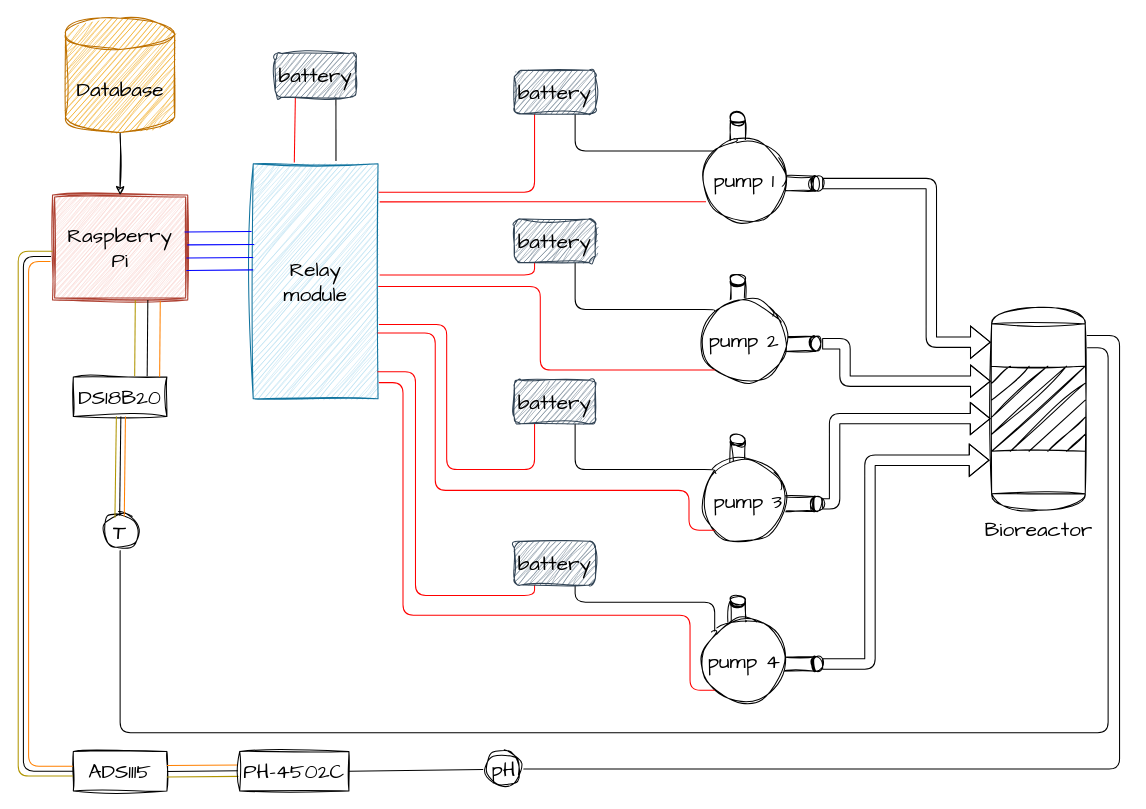
MelcherMate/Bioversee_Webapp keeps this draw.io diagram as blueprints/prototype1.drawio. Above is the earlier version. Source tidied: cells renumbered, new cells numbered last; positions are measured from the earlier drawing's top-left corner, leaving out a move shared by most shapes. Both pictures are drawn from the tidied source at 104%, with x=0, y=0 at pixel (18, 18).
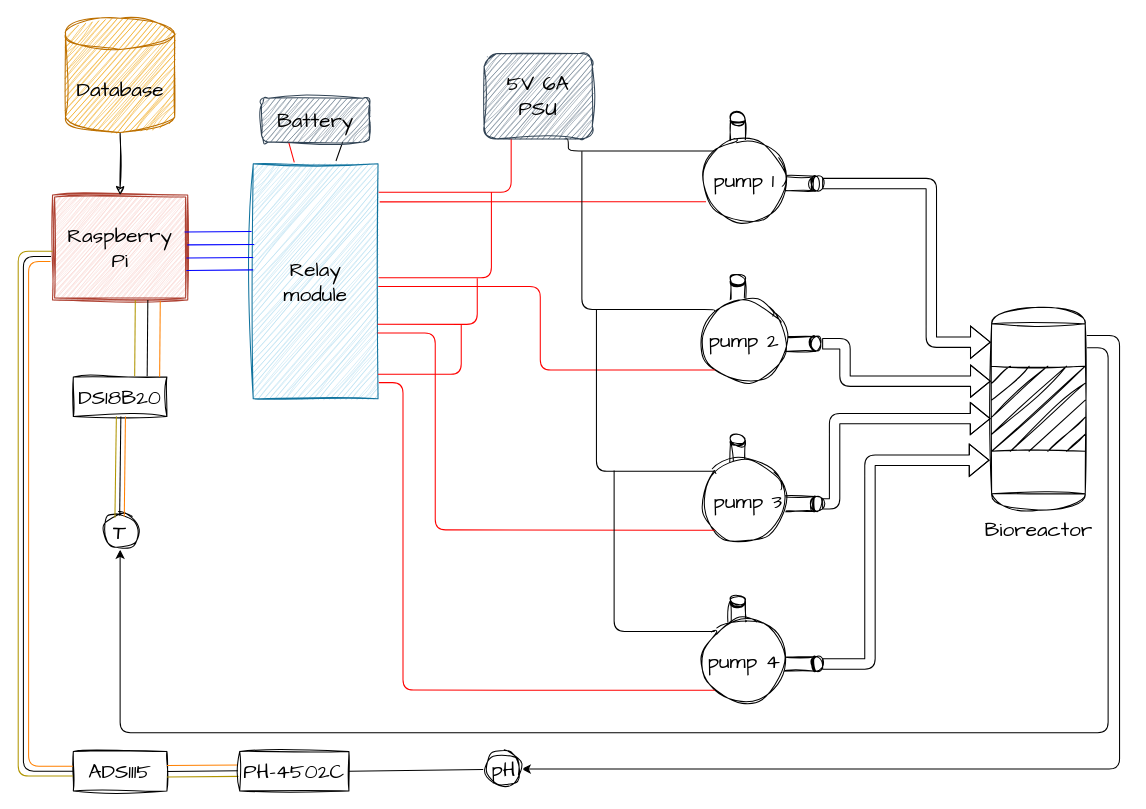
Above is the later version.

The change refers to these unchanged cells:
```xml
<mxCell id="6" value="pump 1" style="ellipse;whiteSpace=wrap;html=1;sketch=1;hachureGap=4;jiggle=2;curveFitting=1;strokeColor=#000000;fontFamily=Architects Daughter;fontSize=20;fontColor=#000000;fillColor=#FFFFFF;gradientColor=none;" parent="3" vertex="1">
  <mxGeometry y="24" width="80" height="80" as="geometry" />
</mxCell>
<mxCell id="10" value="pump 4" style="ellipse;whiteSpace=wrap;html=1;sketch=1;hachureGap=4;jiggle=2;curveFitting=1;strokeColor=#000000;fontFamily=Architects Daughter;fontSize=20;fontColor=#000000;fillColor=#FFFFFF;gradientColor=none;" parent="7" vertex="1">
  <mxGeometry y="24" width="80" height="80" as="geometry" />
</mxCell>
<mxCell id="15" value="&amp;nbsp;pump 3" style="ellipse;whiteSpace=wrap;html=1;sketch=1;hachureGap=4;jiggle=2;curveFitting=1;strokeColor=#000000;fontFamily=Architects Daughter;fontSize=20;fontColor=#000000;fillColor=#FFFFFF;gradientColor=none;" parent="11" vertex="1">
  <mxGeometry y="24" width="80" height="80" as="geometry" />
</mxCell>
<mxCell id="19" value="pump 2" style="ellipse;whiteSpace=wrap;html=1;sketch=1;hachureGap=4;jiggle=2;curveFitting=1;strokeColor=#000000;fontFamily=Architects Daughter;fontSize=20;fontColor=#000000;fillColor=#FFFFFF;gradientColor=none;" parent="16" vertex="1">
  <mxGeometry y="24" width="80" height="80" as="geometry" />
</mxCell>
<mxCell id="21" value="Bioreactor" style="shape=mxgraph.pid.vessels.reactor;html=1;align=center;verticalLabelPosition=bottom;verticalAlign=top;dashed=0;hachureGap=4;strokeColor=#000000;fontFamily=Architects Daughter;fontSize=20;fontColor=#000000;fillColor=#FFFFFF;rounded=0;sketch=1;curveFitting=1;jiggle=2;gradientColor=none;" parent="1" vertex="1">
  <mxGeometry x="936" y="278" width="90" height="195" as="geometry" />
</mxCell>
<mxCell id="24" value="&lt;font color=&quot;#000000&quot;&gt;Relay module&lt;/font&gt;" style="rounded=0;whiteSpace=wrap;html=1;sketch=1;hachureGap=4;jiggle=2;curveFitting=1;fontFamily=Architects Daughter;fontSize=20;fillColor=#b1ddf0;strokeColor=#10739e;" parent="1" vertex="1">
  <mxGeometry x="226" y="140" width="120" height="226" as="geometry" />
</mxCell>
<mxCell id="53" value="T" style="ellipse;whiteSpace=wrap;html=1;sketch=1;hachureGap=4;jiggle=2;curveFitting=1;strokeColor=#000000;strokeWidth=1;fontFamily=Architects Daughter;fontSize=20;fontColor=#000000;fillColor=#FFFFFF;gradientColor=none;" parent="1" vertex="1">
  <mxGeometry x="81" y="477" width="34" height="34" as="geometry" />
</mxCell>
<mxCell id="62" value="pH" style="ellipse;whiteSpace=wrap;html=1;sketch=1;hachureGap=4;jiggle=2;curveFitting=1;strokeColor=#000000;strokeWidth=1;fontFamily=Architects Daughter;fontSize=20;fontColor=#000000;fillColor=#FFFFFF;gradientColor=none;" parent="1" vertex="1">
  <mxGeometry x="450" y="705" width="34" height="34" as="geometry" />
</mxCell>
```

What changed in the source:
```diff
@@
     <mxCell id="25" style="edgeStyle=orthogonalEdgeStyle;hachureGap=4;html=1;exitX=0.75;exitY=1;exitDx=0;exitDy=0;entryX=0;entryY=0;entryDx=0;entryDy=0;strokeColor=#000000;fontFamily=Architects Daughter;fontSize=16;fontColor=#000000;endArrow=none;endFill=0;" parent="1" edge="1" source="27" target="6">
       <mxGeometry relative="1" as="geometry">
         <Array as="points">
-          <mxPoint x="536" y="128" />
+          <mxPoint x="529" y="128" />
         </Array>
       </mxGeometry>
     </mxCell>
@@
-    <mxCell id="27" value="battery" style="rounded=1;whiteSpace=wrap;html=1;sketch=1;hachureGap=4;jiggle=2;curveFitting=1;strokeColor=#314354;fontFamily=Architects Daughter;fontSize=20;fontColor=#000000;fillColor=#647687;" parent="1" vertex="1">
-      <mxGeometry x="477" y="50" width="78" height="42" as="geometry" />
+    <mxCell id="27" value="5V 6A PSU" style="rounded=1;whiteSpace=wrap;html=1;sketch=1;hachureGap=4;jiggle=2;curveFitting=1;strokeColor=#314354;fontFamily=Architects Daughter;fontSize=20;fontColor=#000000;fillColor=#647687;" parent="1" vertex="1">
+      <mxGeometry x="448" y="34" width="104" height="82" as="geometry" />
     </mxCell>
@@
-    <mxCell id="29" style="edgeStyle=orthogonalEdgeStyle;sketch=0;hachureGap=4;jiggle=2;curveFitting=1;html=1;exitX=0.25;exitY=1;exitDx=0;exitDy=0;entryX=1.013;entryY=0.473;entryDx=0;entryDy=0;entryPerimeter=0;strokeColor=#FF0000;fontFamily=Architects Daughter;fontSize=16;fontColor=#FF0000;endArrow=none;endFill=0;" parent="1" edge="1" source="31" target="24">
-      <mxGeometry relative="1" as="geometry" />
-    </mxCell>
-    <mxCell id="30" style="edgeStyle=orthogonalEdgeStyle;sketch=0;hachureGap=4;jiggle=2;curveFitting=1;html=1;exitX=0.75;exitY=1;exitDx=0;exitDy=0;entryX=0;entryY=0;entryDx=0;entryDy=0;strokeColor=#000000;fontFamily=Architects Daughter;fontSize=16;fontColor=#000000;endArrow=none;endFill=0;" parent="1" edge="1" source="31" target="19">
+    <mxCell id="30" style="edgeStyle=orthogonalEdgeStyle;sketch=0;hachureGap=4;jiggle=2;curveFitting=1;html=1;entryX=0;entryY=0;entryDx=0;entryDy=0;strokeColor=#000000;fontFamily=Architects Daughter;fontSize=16;fontColor=#000000;endArrow=none;endFill=0;" parent="1" edge="1" target="19">
       <mxGeometry relative="1" as="geometry">
+        <mxPoint x="542" y="128" as="sourcePoint" />
         <Array as="points">
-          <mxPoint x="536" y="280" />
+          <mxPoint x="542" y="280" />
           <mxPoint x="670" y="280" />
         </Array>
       </mxGeometry>
     </mxCell>
-    <mxCell id="31" value="battery" style="rounded=1;whiteSpace=wrap;html=1;sketch=1;hachureGap=4;jiggle=2;curveFitting=1;fontFamily=Architects Daughter;fontSize=20;fillColor=#647687;fontColor=#000000;strokeColor=#314354;" parent="1" vertex="1">
-      <mxGeometry x="477" y="193" width="78" height="42" as="geometry" />
-    </mxCell>
@@
-    <mxCell id="33" style="edgeStyle=orthogonalEdgeStyle;sketch=0;hachureGap=4;jiggle=2;curveFitting=1;html=1;exitX=0.25;exitY=1;exitDx=0;exitDy=0;entryX=1.007;entryY=0.684;entryDx=0;entryDy=0;entryPerimeter=0;strokeColor=#FF0000;fontFamily=Architects Daughter;fontSize=16;fontColor=#000000;endArrow=none;endFill=0;" parent="1" edge="1" source="35" target="24">
-      <mxGeometry relative="1" as="geometry">
-        <Array as="points">
-          <mxPoint x="496" y="434" />
-          <mxPoint x="412" y="434" />
-          <mxPoint x="412" y="295" />
-        </Array>
-      </mxGeometry>
-    </mxCell>
-    <mxCell id="34" style="edgeStyle=orthogonalEdgeStyle;sketch=0;hachureGap=4;jiggle=2;curveFitting=1;html=1;exitX=0.75;exitY=1;exitDx=0;exitDy=0;entryX=0;entryY=0;entryDx=0;entryDy=0;strokeColor=#000000;fontFamily=Architects Daughter;fontSize=16;fontColor=#000000;endArrow=none;endFill=0;" parent="1" edge="1" source="35" target="15">
+    <mxCell id="34" style="edgeStyle=orthogonalEdgeStyle;sketch=0;hachureGap=4;jiggle=2;curveFitting=1;html=1;entryX=0;entryY=0;entryDx=0;entryDy=0;strokeColor=#000000;fontFamily=Architects Daughter;fontSize=16;fontColor=#000000;endArrow=none;endFill=0;" parent="1" edge="1" target="15">
       <mxGeometry relative="1" as="geometry">
+        <mxPoint x="556" y="280" as="sourcePoint" />
         <Array as="points">
-          <mxPoint x="536" y="434" />
-          <mxPoint x="670" y="434" />
+          <mxPoint x="556" y="435" />
+          <mxPoint x="670" y="435" />
         </Array>
       </mxGeometry>
     </mxCell>
-    <mxCell id="35" value="battery" style="rounded=1;whiteSpace=wrap;html=1;sketch=1;hachureGap=4;jiggle=2;curveFitting=1;strokeColor=#314354;fontFamily=Architects Daughter;fontSize=20;fontColor=#000000;fillColor=#647687;" parent="1" vertex="1">
-      <mxGeometry x="477" y="348" width="78" height="42" as="geometry" />
-    </mxCell>
     <mxCell id="36" style="edgeStyle=orthogonalEdgeStyle;sketch=0;hachureGap=4;jiggle=2;curveFitting=1;html=1;exitX=0;exitY=1;exitDx=0;exitDy=0;entryX=0.996;entryY=0.72;entryDx=0;entryDy=0;entryPerimeter=0;strokeColor=#FF0000;fontFamily=Architects Daughter;fontSize=16;fontColor=#000000;endArrow=none;endFill=0;" parent="1" edge="1" source="15" target="24">
       <mxGeometry relative="1" as="geometry">
         <Array as="points">
           <mxPoint x="645" y="492" />
-          <mxPoint x="645" y="454" />
-          <mxPoint x="401" y="454" />
+          <mxPoint x="401" y="492" />
           <mxPoint x="401" y="303" />
         </Array>
       </mxGeometry>
     </mxCell>
-    <mxCell id="37" style="edgeStyle=orthogonalEdgeStyle;sketch=0;hachureGap=4;jiggle=2;curveFitting=1;html=1;exitX=0.75;exitY=1;exitDx=0;exitDy=0;entryX=0;entryY=0;entryDx=0;entryDy=0;strokeColor=#000000;fontFamily=Architects Daughter;fontSize=16;fontColor=#000000;endArrow=none;endFill=0;" parent="1" edge="1" source="39" target="10">
-      <mxGeometry relative="1" as="geometry" />
+    <mxCell id="37" style="edgeStyle=orthogonalEdgeStyle;sketch=0;hachureGap=4;jiggle=2;curveFitting=1;html=1;entryX=0;entryY=0;entryDx=0;entryDy=0;strokeColor=#000000;fontFamily=Architects Daughter;fontSize=16;fontColor=#000000;endArrow=none;endFill=0;" parent="1" edge="1" target="10">
+      <mxGeometry relative="1" as="geometry">
+        <mxPoint x="573" y="435" as="sourcePoint" />
+        <Array as="points">
+          <mxPoint x="573" y="590" />
+        </Array>
+      </mxGeometry>
     </mxCell>
-    <mxCell id="38" style="edgeStyle=orthogonalEdgeStyle;sketch=0;hachureGap=4;jiggle=2;curveFitting=1;html=1;exitX=0.25;exitY=1;exitDx=0;exitDy=0;entryX=0.996;entryY=0.885;entryDx=0;entryDy=0;entryPerimeter=0;strokeColor=#FF0000;fontFamily=Architects Daughter;fontSize=16;fontColor=#000000;endArrow=none;endFill=0;" parent="1" edge="1" source="39" target="24">
-      <mxGeometry relative="1" as="geometry">
-        <Array as="points">
-          <mxPoint x="496" y="555" />
-          <mxPoint x="382" y="555" />
-          <mxPoint x="382" y="340" />
-        </Array>
-      </mxGeometry>
-    </mxCell>
-    <mxCell id="39" value="battery" style="rounded=1;whiteSpace=wrap;html=1;sketch=1;hachureGap=4;jiggle=2;curveFitting=1;strokeColor=#314354;fontFamily=Architects Daughter;fontSize=20;fontColor=#000000;fillColor=#647687;" parent="1" vertex="1">
-      <mxGeometry x="477" y="503" width="78" height="42" as="geometry" />
-    </mxCell>
     <mxCell id="40" style="edgeStyle=orthogonalEdgeStyle;sketch=0;hachureGap=4;jiggle=2;curveFitting=1;html=1;exitX=0;exitY=1;exitDx=0;exitDy=0;entryX=1.007;entryY=0.931;entryDx=0;entryDy=0;entryPerimeter=0;strokeColor=#FF0000;fontFamily=Architects Daughter;fontSize=16;fontColor=#000000;endArrow=none;endFill=0;" parent="1" edge="1" source="10" target="24">
       <mxGeometry relative="1" as="geometry">
         <Array as="points">
           <mxPoint x="646" y="646" />
-          <mxPoint x="646" y="574" />
-          <mxPoint x="370" y="574" />
+          <mxPoint x="370" y="646" />
           <mxPoint x="370" y="350" />
         </Array>
       </mxGeometry>
     </mxCell>
@@
-    <mxCell id="43" value="battery" style="rounded=1;whiteSpace=wrap;html=1;sketch=1;hachureGap=4;jiggle=2;curveFitting=1;fontFamily=Architects Daughter;fontSize=20;fillColor=#647687;strokeColor=#314354;fontColor=#000000;" parent="1" vertex="1">
-      <mxGeometry x="247" y="34" width="78" height="42" as="geometry" />
+    <mxCell id="43" value="Battery" style="rounded=1;whiteSpace=wrap;html=1;sketch=1;hachureGap=4;jiggle=2;curveFitting=1;fontFamily=Architects Daughter;fontSize=20;fillColor=#647687;strokeColor=#314354;fontColor=#000000;" parent="1" vertex="1">
+      <mxGeometry x="234" y="77" width="104" height="42" as="geometry" />
     </mxCell>
@@
-    <mxCell id="52" style="edgeStyle=orthogonalEdgeStyle;sketch=0;hachureGap=4;jiggle=2;curveFitting=1;html=1;exitX=0.5;exitY=1;exitDx=0;exitDy=0;strokeColor=#000000;fontFamily=Architects Daughter;fontSize=16;fontColor=#000000;endArrow=none;endFill=0;entryX=1.02;entryY=0.199;entryDx=0;entryDy=0;entryPerimeter=0;" parent="1" edge="1" source="53" target="21">
+    <mxCell id="52" style="edgeStyle=orthogonalEdgeStyle;sketch=0;hachureGap=4;jiggle=2;curveFitting=1;html=1;exitX=0.5;exitY=1;exitDx=0;exitDy=0;strokeColor=#000000;fontFamily=Architects Daughter;fontSize=16;fontColor=#000000;endArrow=none;endFill=0;entryX=1.02;entryY=0.199;entryDx=0;entryDy=0;entryPerimeter=0;startArrow=classic;startFill=1;" parent="1" edge="1" source="53" target="21">
       <mxGeometry relative="1" as="geometry">
         <Array as="points">
           <mxPoint x="98" y="687" />
           <mxPoint x="1048" y="687" />
           <mxPoint x="1048" y="317" />
         </Array>
       </mxGeometry>
     </mxCell>
@@
-    <mxCell id="61" style="edgeStyle=orthogonalEdgeStyle;sketch=0;hachureGap=4;jiggle=2;curveFitting=1;html=1;exitX=1;exitY=0.5;exitDx=0;exitDy=0;entryX=1.016;entryY=0.139;entryDx=0;entryDy=0;entryPerimeter=0;strokeColor=#000000;fontFamily=Architects Daughter;fontSize=16;fontColor=#000000;endArrow=none;endFill=0;" parent="1" edge="1" source="62" target="21">
+    <mxCell id="61" style="edgeStyle=orthogonalEdgeStyle;sketch=0;hachureGap=4;jiggle=2;curveFitting=1;html=1;exitX=1;exitY=0.5;exitDx=0;exitDy=0;entryX=1.016;entryY=0.139;entryDx=0;entryDy=0;entryPerimeter=0;strokeColor=#000000;fontFamily=Architects Daughter;fontSize=16;fontColor=#000000;endArrow=none;endFill=0;startArrow=classic;startFill=1;" parent="1" edge="1" source="62" target="21">
       <mxGeometry relative="1" as="geometry">
         <Array as="points">
           <mxPoint x="1059" y="722" />
           <mxPoint x="1059" y="305" />
         </Array>
       </mxGeometry>
     </mxCell>
@@
+    <mxCell id="72" style="edgeStyle=orthogonalEdgeStyle;sketch=0;hachureGap=4;jiggle=2;curveFitting=1;html=1;exitX=1.005;exitY=0.485;exitDx=0;exitDy=0;strokeColor=#FF0000;fontFamily=Architects Daughter;fontSize=16;fontColor=#000000;endArrow=none;endFill=0;exitPerimeter=0;" parent="1" edge="1" source="24">
+      <mxGeometry relative="1" as="geometry">
+        <mxPoint x="455" y="167" as="targetPoint" />
+        <Array as="points">
+          <mxPoint x="455" y="250" />
+          <mxPoint x="455" y="167" />
+        </Array>
+      </mxGeometry>
+    </mxCell>
+    <mxCell id="73" style="edgeStyle=orthogonalEdgeStyle;sketch=0;hachureGap=4;jiggle=2;curveFitting=1;html=1;exitX=0.997;exitY=0.683;exitDx=0;exitDy=0;strokeColor=#FF0000;fontFamily=Architects Daughter;fontSize=16;fontColor=#000000;endArrow=none;endFill=0;exitPerimeter=0;" parent="1" edge="1" source="24">
+      <mxGeometry relative="1" as="geometry">
+        <mxPoint x="441.4" y="250" as="targetPoint" />
+        <Array as="points">
+          <mxPoint x="441" y="294" />
+        </Array>
+      </mxGeometry>
+    </mxCell>
+    <mxCell id="74" style="edgeStyle=orthogonalEdgeStyle;sketch=0;hachureGap=4;jiggle=2;curveFitting=1;html=1;exitX=0.997;exitY=0.683;exitDx=0;exitDy=0;strokeColor=#FF0000;fontFamily=Architects Daughter;fontSize=16;fontColor=#000000;endArrow=none;endFill=0;exitPerimeter=0;" parent="1" edge="1">
+      <mxGeometry relative="1" as="geometry">
+        <mxPoint x="346" y="342.4" as="sourcePoint" />
+        <mxPoint x="426" y="294" as="targetPoint" />
+        <Array as="points">
+          <mxPoint x="426" y="342" />
+        </Array>
+      </mxGeometry>
+    </mxCell>
```
